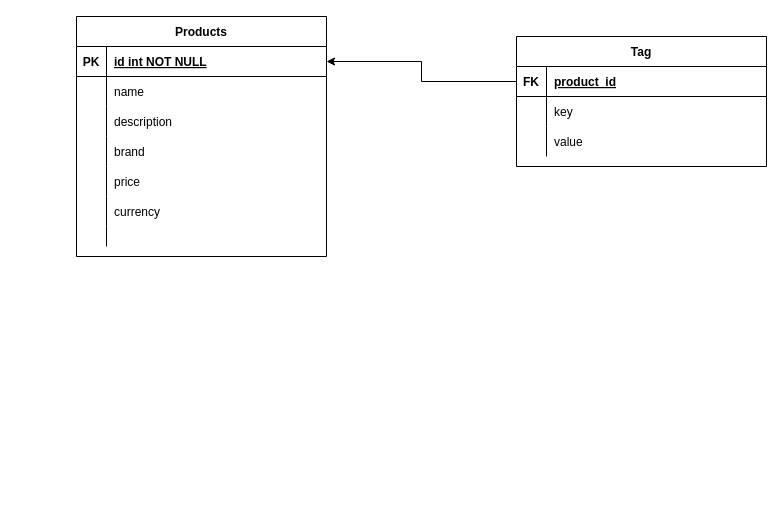
This is Untitled Diagram.drawio from yakiza/Zephyros, a draw.io file, before an edit. Source tidied: cells renumbered, new cells numbered last; positions are measured from the earlier drawing's top-left corner, leaving out a move shared by most shapes. Both pictures are drawn from the tidied source at 100%, with x=0, y=0 at pixel (76, 16).
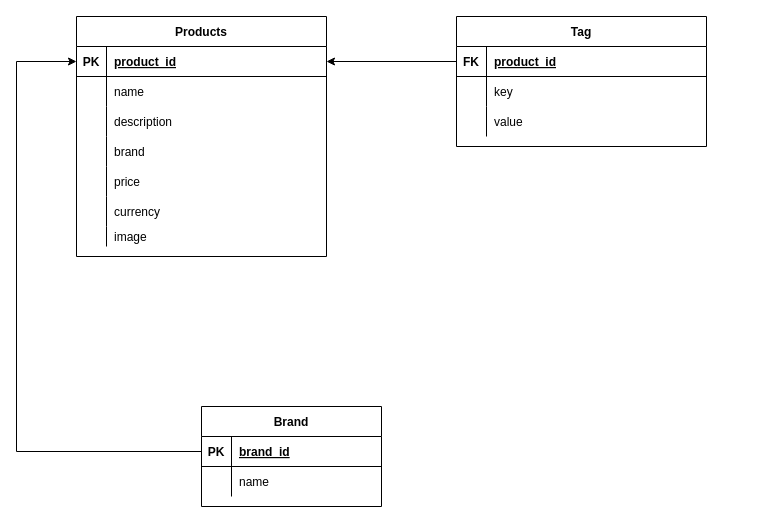
The same diagram, later.

Unchanged cells that the change refers to:
```xml
<mxCell id="13" style="shape=partialRectangle;fillColor=none;points=[[0,0.5],[1,0.5]];portConstraint=eastwest;top=0;left=0;right=0;bottom=1;" parent="12" vertex="1">
  <mxGeometry y="30" width="250" height="30" as="geometry" />
</mxCell>
<mxCell id="31" style="shape=tableRow;horizontal=0;startSize=0;swimlaneHead=0;swimlaneBody=0;fillColor=none;top=0;left=0;right=0;bottom=0;" parent="12" vertex="1">
  <mxGeometry y="210" width="250" height="20" as="geometry" />
</mxCell>
```

The edit, as a diff of the source:
```diff
@@
     <mxCell id="2" value="Tag" style="shape=table;startSize=30;childLayout=tableLayout;rowLines=0;fontStyle=1;align=center;" parent="1" vertex="1">
-      <mxGeometry x="440" y="20" width="250" height="130" as="geometry" />
+      <mxGeometry x="380" width="250" height="130" as="geometry" />
     </mxCell>
@@
-    <mxCell id="15" value="id int NOT NULL" style="shape=partialRectangle;overflow=hidden;fillColor=none;top=0;left=0;bottom=0;right=0;align=left;spacingLeft=6;fontStyle=5;" parent="13" vertex="1">
+    <mxCell id="15" value="product_id" style="shape=partialRectangle;overflow=hidden;fillColor=none;top=0;left=0;bottom=0;right=0;align=left;spacingLeft=6;fontStyle=5;" parent="13" vertex="1">
       <mxGeometry x="30" width="220" height="30" as="geometry" />
     </mxCell>
@@
-    <mxCell id="33" style="shape=partialRectangle;fillColor=none;top=0;left=0;bottom=0;right=0;align=left;spacingLeft=6;overflow=hidden;" parent="31" vertex="1">
+    <mxCell id="33" value="image" style="shape=partialRectangle;fillColor=none;top=0;left=0;bottom=0;right=0;align=left;spacingLeft=6;overflow=hidden;" parent="31" vertex="1">
       <mxGeometry x="30" width="220" height="20" as="geometry" />
     </mxCell>
@@
+    <mxCell id="35" value="Brand" style="shape=table;startSize=30;childLayout=tableLayout;rowLines=0;fontStyle=1;align=center;" parent="1" vertex="1">
+      <mxGeometry x="125" y="390" width="180" height="100" as="geometry" />
+    </mxCell>
+    <mxCell id="36" style="shape=tableRow;horizontal=0;startSize=0;swimlaneHead=0;swimlaneBody=0;fillColor=none;points=[[0,0.5],[1,0.5]];portConstraint=eastwest;top=0;left=0;right=0;bottom=1;" parent="35" vertex="1">
+      <mxGeometry y="30" width="180" height="30" as="geometry" />
+    </mxCell>
+    <mxCell id="37" value="PK" style="shape=partialRectangle;fillColor=none;top=0;left=0;bottom=0;right=0;fontStyle=1;overflow=hidden;" parent="36" vertex="1">
+      <mxGeometry width="30" height="30" as="geometry" />
+    </mxCell>
+    <mxCell id="38" value="brand_id" style="shape=partialRectangle;fillColor=none;top=0;left=0;bottom=0;right=0;align=left;spacingLeft=6;fontStyle=5;overflow=hidden;" parent="36" vertex="1">
+      <mxGeometry x="30" width="150" height="30" as="geometry" />
+    </mxCell>
+    <mxCell id="39" style="shape=tableRow;horizontal=0;startSize=0;swimlaneHead=0;swimlaneBody=0;fillColor=none;top=0;left=0;right=0;bottom=0;" parent="35" vertex="1">
+      <mxGeometry y="60" width="180" height="30" as="geometry" />
+    </mxCell>
+    <mxCell id="40" style="shape=partialRectangle;fillColor=none;top=0;left=0;bottom=0;right=0;overflow=hidden;" parent="39" vertex="1">
+      <mxGeometry width="30" height="30" as="geometry" />
+    </mxCell>
+    <mxCell id="41" value="name" style="shape=partialRectangle;fillColor=none;top=0;left=0;bottom=0;right=0;align=left;spacingLeft=6;overflow=hidden;" parent="39" vertex="1">
+      <mxGeometry x="30" width="150" height="30" as="geometry" />
+    </mxCell>
+    <mxCell id="42" style="edgeStyle=orthogonalEdgeStyle;rounded=0;jettySize=auto;html=1;exitX=0;exitY=0.5;exitDx=0;exitDy=0;entryX=0;entryY=0.5;entryDx=0;entryDy=0;" parent="1" edge="1" source="36" target="13">
+      <mxGeometry relative="1" as="geometry">
+        <Array as="points">
+          <mxPoint x="-60" y="435" />
+          <mxPoint x="-60" y="45" />
+        </Array>
+      </mxGeometry>
+    </mxCell>
```
